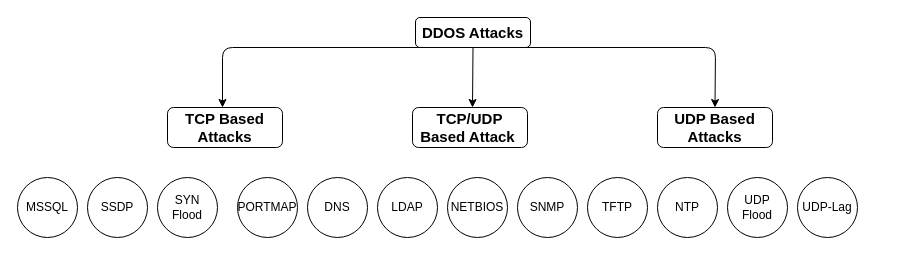
Above: Untitled Diagram.drawio in DrakeCullen/DDoS (draw.io), before the change. Source tidied: cells renumbered, new cells numbered last; positions are measured from the earlier drawing's top-left corner, leaving out a move shared by most shapes. Both pictures are drawn from the tidied source at 100%, with x=0, y=0 at pixel (17, 17).
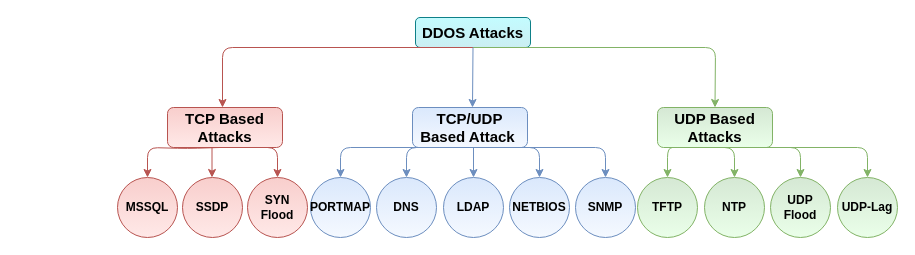
The same diagram, later.

Diff of the diagram source:
```diff
@@
-    <mxCell id="2" value="&lt;font style=&quot;font-size: 15px&quot;&gt;&lt;b&gt;DDOS Attacks&lt;/b&gt;&lt;/font&gt;" style="rounded=1;whiteSpace=wrap;html=1;" parent="1" vertex="1">
+    <mxCell id="2" value="&lt;font style=&quot;font-size: 15px&quot;&gt;&lt;b&gt;DDOS Attacks&lt;/b&gt;&lt;/font&gt;" style="rounded=1;whiteSpace=wrap;html=1;strokeColor=#0e8088;fillColor=#C3FCFF;gradientColor=#CBEEF2;" parent="1" vertex="1">
       <mxGeometry x="398" width="115" height="30" as="geometry" />
     </mxCell>
-    <mxCell id="3" style="endArrow=classic;html=1;entryX=0.5;entryY=0;entryDx=0;entryDy=0;exitX=0.5;exitY=1;exitDx=0;exitDy=0;" parent="1" edge="1" source="2">
+    <mxCell id="3" style="endArrow=classic;html=1;entryX=0.5;entryY=0;entryDx=0;entryDy=0;exitX=0.5;exitY=1;exitDx=0;exitDy=0;fillColor=#f8cecc;strokeColor=#b85450;" parent="1" edge="1" source="2">
       <mxGeometry relative="1" as="geometry">
         <mxPoint x="205" y="90" as="targetPoint" />
         <Array as="points">
           <mxPoint x="205" y="30" />
         </Array>
       </mxGeometry>
     </mxCell>
-    <mxCell id="4" style="endArrow=classic;html=1;entryX=0.5;entryY=0;entryDx=0;entryDy=0;exitX=0.5;exitY=1;exitDx=0;exitDy=0;" parent="1" edge="1" source="2" target="8">
+    <mxCell id="4" style="endArrow=classic;html=1;entryX=0.5;entryY=0;entryDx=0;entryDy=0;exitX=0.5;exitY=1;exitDx=0;exitDy=0;fillColor=#d5e8d4;strokeColor=#82b366;" parent="1" edge="1" source="2" target="8">
       <mxGeometry relative="1" as="geometry">
         <Array as="points">
           <mxPoint x="698" y="30" />
         </Array>
       </mxGeometry>
     </mxCell>
-    <mxCell id="5" style="endArrow=classic;html=1;exitX=0.5;exitY=1;exitDx=0;exitDy=0;" parent="1" edge="1" source="2">
+    <mxCell id="5" style="endArrow=classic;html=1;exitX=0.5;exitY=1;exitDx=0;exitDy=0;fillColor=#dae8fc;strokeColor=#6c8ebf;" parent="1" edge="1" source="2">
       <mxGeometry relative="1" as="geometry">
         <mxPoint x="455" y="90" as="targetPoint" />
       </mxGeometry>
     </mxCell>
-    <mxCell id="6" value="&lt;font style=&quot;font-size: 15px&quot;&gt;&lt;b&gt;TCP Based Attacks&lt;/b&gt;&lt;/font&gt;" style="rounded=1;whiteSpace=wrap;html=1;" parent="1" vertex="1">
+    <mxCell id="6" value="&lt;font style=&quot;font-size: 15px&quot;&gt;&lt;b&gt;TCP Based Attacks&lt;/b&gt;&lt;/font&gt;" style="rounded=1;whiteSpace=wrap;html=1;fillColor=#f8cecc;strokeColor=#b85450;gradientColor=#FFE9E8;" parent="1" vertex="1">
       <mxGeometry x="150" y="90" width="115" height="40" as="geometry" />
     </mxCell>
-    <mxCell id="7" value="&lt;span style=&quot;font-size: 15px&quot;&gt;&lt;b&gt;TCP/UDP Based Attack&lt;span style=&quot;white-space: pre&quot;&gt; &lt;/span&gt;&lt;/b&gt;&lt;/span&gt;" style="rounded=1;whiteSpace=wrap;html=1;" parent="1" vertex="1">
+    <mxCell id="7" value="&lt;span style=&quot;font-size: 15px&quot;&gt;&lt;b&gt;TCP/UDP Based Attack&lt;span style=&quot;white-space: pre&quot;&gt; &lt;/span&gt;&lt;/b&gt;&lt;/span&gt;" style="rounded=1;whiteSpace=wrap;html=1;fillColor=#dae8fc;strokeColor=#6c8ebf;gradientColor=#F5F9FF;" parent="1" vertex="1">
       <mxGeometry x="395" y="90" width="115" height="40" as="geometry" />
     </mxCell>
-    <mxCell id="8" value="&lt;font style=&quot;font-size: 15px&quot;&gt;&lt;b&gt;UDP Based Attacks&lt;/b&gt;&lt;/font&gt;" style="rounded=1;whiteSpace=wrap;html=1;" parent="1" vertex="1">
+    <mxCell id="8" value="&lt;font style=&quot;font-size: 15px&quot;&gt;&lt;b&gt;UDP Based Attacks&lt;/b&gt;&lt;/font&gt;" style="rounded=1;whiteSpace=wrap;html=1;fillColor=#d5e8d4;strokeColor=#82b366;gradientColor=#EAFFE9;" parent="1" vertex="1">
       <mxGeometry x="640" y="90" width="115" height="40" as="geometry" />
     </mxCell>
-    <mxCell id="9" style="group;" parent="1" vertex="1">
-      <mxGeometry x="570" y="160" width="270" height="60" as="geometry" />
-    </mxCell>
-    <mxCell id="10" value="UDP-Lag" style="ellipse;whiteSpace=wrap;html=1;" parent="9" vertex="1">
-      <mxGeometry x="210" width="60" height="60" as="geometry" />
-    </mxCell>
-    <mxCell id="11" value="UDP Flood" style="ellipse;whiteSpace=wrap;html=1;" parent="9" vertex="1">
-      <mxGeometry x="140" width="60" height="60" as="geometry" />
-    </mxCell>
-    <mxCell id="12" value="NTP" style="ellipse;whiteSpace=wrap;html=1;" parent="9" vertex="1">
-      <mxGeometry x="70" width="60" height="60" as="geometry" />
-    </mxCell>
-    <mxCell id="13" value="TFTP" style="ellipse;whiteSpace=wrap;html=1;" parent="9" vertex="1">
-      <mxGeometry width="60" height="60" as="geometry" />
-    </mxCell>
+    <mxCell id="22" style="group;" parent="1" vertex="1">
+      <mxGeometry x="293" y="160" width="325" height="60" as="geometry" />
+    </mxCell>
-    <mxCell id="14" value="SNMP" style="ellipse;whiteSpace=wrap;html=1;" parent="1" vertex="1">
-      <mxGeometry x="500" y="160" width="60" height="60" as="geometry" />
+    <mxCell id="14" value="&lt;b&gt;SNMP&lt;/b&gt;" style="ellipse;whiteSpace=wrap;html=1;fillColor=#dae8fc;strokeColor=#6c8ebf;gradientColor=#F5F9FF;" parent="22" vertex="1">
+      <mxGeometry x="265" width="60" height="60" as="geometry" />
     </mxCell>
-    <mxCell id="15" value="NETBIOS" style="ellipse;whiteSpace=wrap;html=1;" parent="1" vertex="1">
-      <mxGeometry x="430" y="160" width="60" height="60" as="geometry" />
+    <mxCell id="15" value="&lt;b&gt;NETBIOS&lt;/b&gt;" style="ellipse;whiteSpace=wrap;html=1;fillColor=#dae8fc;strokeColor=#6c8ebf;gradientColor=#F5F9FF;" parent="22" vertex="1">
+      <mxGeometry x="199" width="60" height="60" as="geometry" />
     </mxCell>
-    <mxCell id="16" value="LDAP" style="ellipse;whiteSpace=wrap;html=1;" parent="1" vertex="1">
-      <mxGeometry x="360" y="160" width="60" height="60" as="geometry" />
+    <mxCell id="16" value="&lt;b&gt;LDAP&lt;/b&gt;" style="ellipse;whiteSpace=wrap;html=1;fillColor=#dae8fc;strokeColor=#6c8ebf;gradientColor=#F5F9FF;" parent="22" vertex="1">
+      <mxGeometry x="133" width="60" height="60" as="geometry" />
     </mxCell>
-    <mxCell id="17" value="DNS" style="ellipse;whiteSpace=wrap;html=1;" parent="1" vertex="1">
-      <mxGeometry x="290" y="160" width="60" height="60" as="geometry" />
+    <mxCell id="17" value="&lt;b&gt;DNS&lt;/b&gt;" style="ellipse;whiteSpace=wrap;html=1;fillColor=#dae8fc;strokeColor=#6c8ebf;gradientColor=#F5F9FF;" parent="22" vertex="1">
+      <mxGeometry x="66" width="60" height="60" as="geometry" />
     </mxCell>
-    <mxCell id="18" value="PORTMAP" style="ellipse;whiteSpace=wrap;html=1;" parent="1" vertex="1">
-      <mxGeometry x="220" y="160" width="60" height="60" as="geometry" />
+    <mxCell id="18" value="&lt;b&gt;PORTMAP&lt;/b&gt;" style="ellipse;whiteSpace=wrap;html=1;fillColor=#dae8fc;strokeColor=#6c8ebf;gradientColor=#F5F9FF;" parent="22" vertex="1">
+      <mxGeometry width="60" height="60" as="geometry" />
     </mxCell>
+    <mxCell id="23" style="group;" parent="1" vertex="1">
+      <mxGeometry x="100" y="160" width="190" height="60" as="geometry" />
+    </mxCell>
-    <mxCell id="19" value="SYN Flood" style="ellipse;whiteSpace=wrap;html=1;" parent="1" vertex="1">
-      <mxGeometry x="140" y="160" width="60" height="60" as="geometry" />
+    <mxCell id="19" value="&lt;b&gt;SYN Flood&lt;/b&gt;" style="ellipse;whiteSpace=wrap;html=1;fillColor=#f8cecc;strokeColor=#b85450;gradientColor=#FFE9E8;" parent="23" vertex="1">
+      <mxGeometry x="130" width="60" height="60" as="geometry" />
     </mxCell>
-    <mxCell id="20" value="SSDP" style="ellipse;whiteSpace=wrap;html=1;" parent="1" vertex="1">
-      <mxGeometry x="70" y="160" width="60" height="60" as="geometry" />
+    <mxCell id="20" value="&lt;b&gt;SSDP&lt;/b&gt;" style="ellipse;whiteSpace=wrap;html=1;fillColor=#f8cecc;strokeColor=#b85450;gradientColor=#FFE9E8;" parent="23" vertex="1">
+      <mxGeometry x="65" width="60" height="60" as="geometry" />
     </mxCell>
-    <mxCell id="21" value="MSSQL" style="ellipse;whiteSpace=wrap;html=1;" parent="1" vertex="1">
-      <mxGeometry y="160" width="60" height="60" as="geometry" />
+    <mxCell id="21" value="&lt;b&gt;MSSQL&lt;/b&gt;" style="ellipse;whiteSpace=wrap;html=1;fillColor=#f8cecc;strokeColor=#b85450;gradientColor=#FFE9E8;" parent="23" vertex="1">
+      <mxGeometry width="60" height="60" as="geometry" />
     </mxCell>
+    <mxCell id="24" style="group;" parent="1" vertex="1">
+      <mxGeometry x="620" y="160" width="260" height="60" as="geometry" />
+    </mxCell>
+    <mxCell id="10" value="&lt;b&gt;UDP-Lag&lt;/b&gt;" style="ellipse;whiteSpace=wrap;html=1;fillColor=#d5e8d4;strokeColor=#82b366;gradientColor=#EAFFE9;" parent="24" vertex="1">
+      <mxGeometry x="200" width="60" height="60" as="geometry" />
+    </mxCell>
+    <mxCell id="11" value="&lt;b&gt;UDP Flood&lt;/b&gt;" style="ellipse;whiteSpace=wrap;html=1;fillColor=#d5e8d4;strokeColor=#82b366;gradientColor=#EAFFE9;" parent="24" vertex="1">
+      <mxGeometry x="133" width="60" height="60" as="geometry" />
+    </mxCell>
+    <mxCell id="12" value="&lt;b&gt;NTP&lt;/b&gt;" style="ellipse;whiteSpace=wrap;html=1;fillColor=#d5e8d4;strokeColor=#82b366;gradientColor=#EAFFE9;" parent="24" vertex="1">
+      <mxGeometry x="67" width="60" height="60" as="geometry" />
+    </mxCell>
+    <mxCell id="13" value="&lt;b&gt;TFTP&lt;/b&gt;" style="ellipse;whiteSpace=wrap;html=1;fillColor=#d5e8d4;strokeColor=#82b366;gradientColor=#EAFFE9;" parent="24" vertex="1">
+      <mxGeometry width="60" height="60" as="geometry" />
+    </mxCell>
+    <mxCell id="25" style="endArrow=classic;html=1;entryX=0.5;entryY=0;entryDx=0;entryDy=0;fillColor=#f8cecc;strokeColor=#b85450;" parent="1" edge="1" target="21">
+      <mxGeometry relative="1" as="geometry">
+        <mxPoint x="202" y="130" as="sourcePoint" />
+        <Array as="points">
+          <mxPoint x="170" y="131" />
+          <mxPoint x="130" y="130" />
+        </Array>
+      </mxGeometry>
+    </mxCell>
+    <mxCell id="26" style="endArrow=classic;html=1;fillColor=#f8cecc;strokeColor=#b85450;" parent="1" edge="1">
+      <mxGeometry relative="1" as="geometry">
+        <mxPoint x="194.5" y="130" as="sourcePoint" />
+        <mxPoint x="194.5" y="160" as="targetPoint" />
+      </mxGeometry>
+    </mxCell>
+    <mxCell id="27" style="endArrow=classic;html=1;exitX=0.5;exitY=1;exitDx=0;exitDy=0;entryX=0.5;entryY=0;entryDx=0;entryDy=0;fillColor=#f8cecc;strokeColor=#b85450;" parent="1" edge="1" source="6" target="19">
+      <mxGeometry relative="1" as="geometry">
+        <Array as="points">
+          <mxPoint x="260" y="130" />
+        </Array>
+      </mxGeometry>
+    </mxCell>
+    <mxCell id="28" style="endArrow=classic;html=1;exitX=0.5;exitY=1;exitDx=0;exitDy=0;entryX=0.5;entryY=0;entryDx=0;entryDy=0;fillColor=#dae8fc;strokeColor=#6c8ebf;" parent="1" edge="1" source="7" target="18">
+      <mxGeometry relative="1" as="geometry">
+        <Array as="points">
+          <mxPoint x="323" y="130" />
+        </Array>
+      </mxGeometry>
+    </mxCell>
+    <mxCell id="29" style="endArrow=classic;html=1;exitX=0.5;exitY=1;exitDx=0;exitDy=0;entryX=0.5;entryY=0;entryDx=0;entryDy=0;fillColor=#dae8fc;strokeColor=#6c8ebf;" parent="1" edge="1" source="7" target="17">
+      <mxGeometry relative="1" as="geometry">
+        <Array as="points">
+          <mxPoint x="389" y="130" />
+        </Array>
+      </mxGeometry>
+    </mxCell>
+    <mxCell id="30" style="endArrow=classic;html=1;entryX=0.5;entryY=0;entryDx=0;entryDy=0;fillColor=#dae8fc;strokeColor=#6c8ebf;" parent="1" edge="1" target="16">
+      <mxGeometry relative="1" as="geometry">
+        <mxPoint x="456" y="130" as="sourcePoint" />
+      </mxGeometry>
+    </mxCell>
+    <mxCell id="31" style="endArrow=classic;html=1;exitX=0.5;exitY=1;exitDx=0;exitDy=0;entryX=0.5;entryY=0;entryDx=0;entryDy=0;fillColor=#dae8fc;strokeColor=#6c8ebf;" parent="1" edge="1" source="7" target="15">
+      <mxGeometry relative="1" as="geometry">
+        <Array as="points">
+          <mxPoint x="522" y="130" />
+        </Array>
+      </mxGeometry>
+    </mxCell>
+    <mxCell id="32" style="endArrow=classic;html=1;entryX=0.5;entryY=0;entryDx=0;entryDy=0;fillColor=#dae8fc;strokeColor=#6c8ebf;" parent="1" edge="1" target="14">
+      <mxGeometry relative="1" as="geometry">
+        <mxPoint x="460" y="130" as="sourcePoint" />
+        <Array as="points">
+          <mxPoint x="588" y="130" />
+        </Array>
+      </mxGeometry>
+    </mxCell>
+    <mxCell id="33" style="endArrow=classic;html=1;exitX=0.5;exitY=1;exitDx=0;exitDy=0;entryX=0.5;entryY=0;entryDx=0;entryDy=0;fillColor=#d5e8d4;strokeColor=#82b366;" parent="1" edge="1" source="8" target="13">
+      <mxGeometry relative="1" as="geometry">
+        <Array as="points">
+          <mxPoint x="670" y="130" />
+          <mxPoint x="650" y="130" />
+        </Array>
+      </mxGeometry>
+    </mxCell>
+    <mxCell id="34" style="endArrow=classic;html=1;exitX=0.5;exitY=1;exitDx=0;exitDy=0;entryX=0.5;entryY=0;entryDx=0;entryDy=0;fillColor=#d5e8d4;strokeColor=#82b366;" parent="1" edge="1" source="8" target="12">
+      <mxGeometry relative="1" as="geometry">
+        <Array as="points">
+          <mxPoint x="717" y="130" />
+        </Array>
+      </mxGeometry>
+    </mxCell>
+    <mxCell id="35" style="endArrow=classic;html=1;entryX=0.5;entryY=0;entryDx=0;entryDy=0;fillColor=#d5e8d4;strokeColor=#82b366;" parent="1" edge="1" target="11">
+      <mxGeometry relative="1" as="geometry">
+        <mxPoint x="710" y="130" as="sourcePoint" />
+        <Array as="points">
+          <mxPoint x="783" y="130" />
+        </Array>
+      </mxGeometry>
+    </mxCell>
+    <mxCell id="36" style="endArrow=classic;html=1;entryX=0.5;entryY=0;entryDx=0;entryDy=0;fillColor=#d5e8d4;strokeColor=#82b366;" parent="1" edge="1" target="10">
+      <mxGeometry relative="1" as="geometry">
+        <mxPoint x="710" y="130" as="sourcePoint" />
+        <Array as="points">
+          <mxPoint x="850" y="130" />
+        </Array>
+      </mxGeometry>
+    </mxCell>
```
